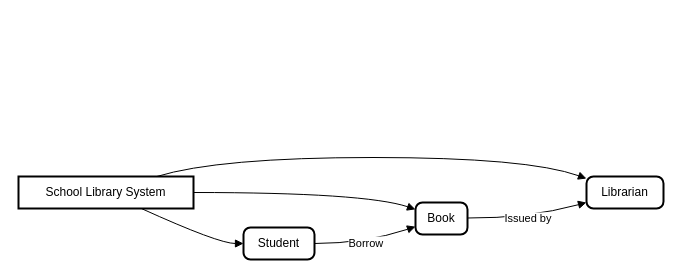
This is shalom.drawio from Chukwuebuka-2003/SE-DFD, a draw.io file, before an edit. Source tidied: cells renumbered, new cells numbered last; positions are measured from the earlier drawing's top-left corner, leaving out a move shared by most shapes. Both pictures are drawn from the tidied source at 100%, with x=0, y=0 at pixel (18, 157).
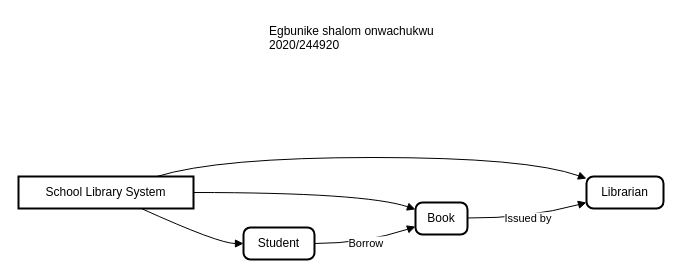
After the change.

The edit, as a diff of the source:
```diff
@@
 <mxGraphModel>
   <root>
     <mxCell id="0" />
     <mxCell id="1" parent="0" />
     <mxCell id="2" value="School Library System" style="whiteSpace=wrap;strokeWidth=2;" parent="1" vertex="1">
       <mxGeometry y="19" width="175" height="32" as="geometry" />
     </mxCell>
     <mxCell id="3" value="Student" style="rounded=1;absoluteArcSize=1;arcSize=14;whiteSpace=wrap;strokeWidth=2;" parent="1" vertex="1">
       <mxGeometry x="225" y="70" width="71" height="32" as="geometry" />
     </mxCell>
     <mxCell id="4" value="Book" style="rounded=1;absoluteArcSize=1;arcSize=14;whiteSpace=wrap;strokeWidth=2;" parent="1" vertex="1">
       <mxGeometry x="397" y="45" width="52" height="32" as="geometry" />
     </mxCell>
     <mxCell id="5" value="Librarian" style="rounded=1;absoluteArcSize=1;arcSize=14;whiteSpace=wrap;strokeWidth=2;" parent="1" vertex="1">
       <mxGeometry x="568" y="19" width="77" height="32" as="geometry" />
     </mxCell>
     <mxCell id="6" style="curved=1;startArrow=none;endArrow=block;exitX=0.7019152661064426;exitY=1;entryX=0.0008802816901408451;entryY=0.5;" parent="1" edge="1" source="2" target="3">
       <mxGeometry relative="1" as="geometry">
         <Array as="points">
           <mxPoint x="200" y="86" />
         </Array>
       </mxGeometry>
     </mxCell>
     <mxCell id="7" style="curved=1;startArrow=none;endArrow=block;exitX=1.000357142857143;exitY=0.5;entryX=-0.001953125;entryY=0.2121566632756866;" parent="1" edge="1" source="2" target="4">
       <mxGeometry relative="1" as="geometry">
         <Array as="points">
           <mxPoint x="346" y="35" />
         </Array>
       </mxGeometry>
     </mxCell>
     <mxCell id="8" style="curved=1;startArrow=none;endArrow=block;exitX=0.7899974849094568;exitY=0;entryX=-0.0019277597402597403;entryY=0.06211211885376755;" parent="1" edge="1" source="2" target="5">
       <mxGeometry relative="1" as="geometry">
         <Array as="points">
           <mxPoint x="200" />
           <mxPoint x="509" />
         </Array>
       </mxGeometry>
     </mxCell>
     <mxCell id="9" value="Borrow" style="curved=1;startArrow=none;endArrow=block;exitX=0.9968089788732394;exitY=0.5;entryX=-0.001953125;entryY=0.7565933367243134;" parent="1" edge="1" source="3" target="4">
       <mxGeometry relative="1" as="geometry">
         <Array as="points">
           <mxPoint x="346" y="86" />
         </Array>
       </mxGeometry>
     </mxCell>
     <mxCell id="10" value="Issued by" style="curved=1;startArrow=none;endArrow=block;exitX=1.0070612980769231;exitY=0.484375;entryX=-0.0019277597402597403;entryY=0.8145391822318008;" parent="1" edge="1" source="4" target="5">
       <mxGeometry relative="1" as="geometry">
         <Array as="points">
           <mxPoint x="509" y="61" />
         </Array>
       </mxGeometry>
     </mxCell>
+    <mxCell id="11" value="Egbunike shalom onwachukwu&#10;2020/244920" style="text;whiteSpace=wrap;" parent="1" vertex="1">
+      <mxGeometry x="249" y="-140" width="200" height="50" as="geometry" />
+    </mxCell>
   </root>
 </mxGraphModel>
```
